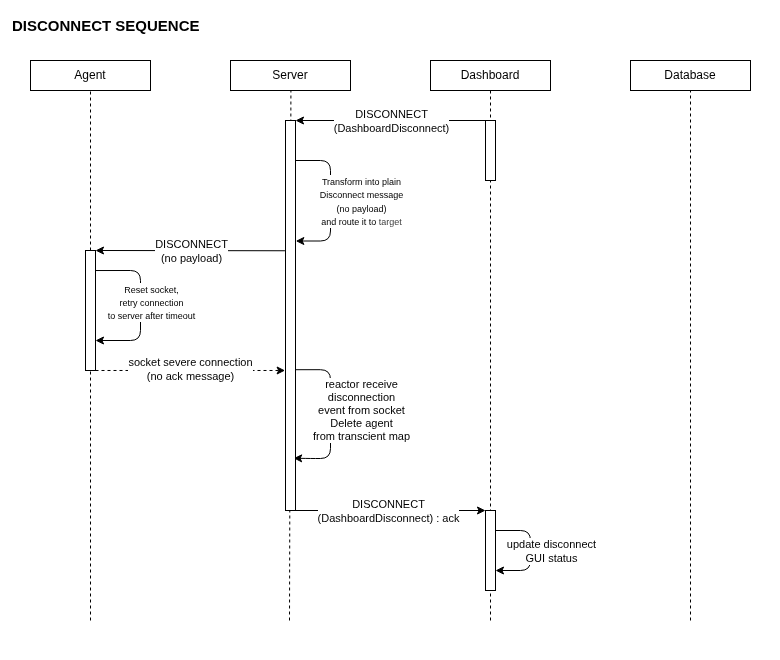
The draw.io diagram _docs/protocol/disconnect_sequence.png in thibault-caron/inferno, before a commit. Source tidied: cells renumbered, new cells last; positions are measured from the earlier drawing's top-left corner, leaving out a move shared by most shapes.
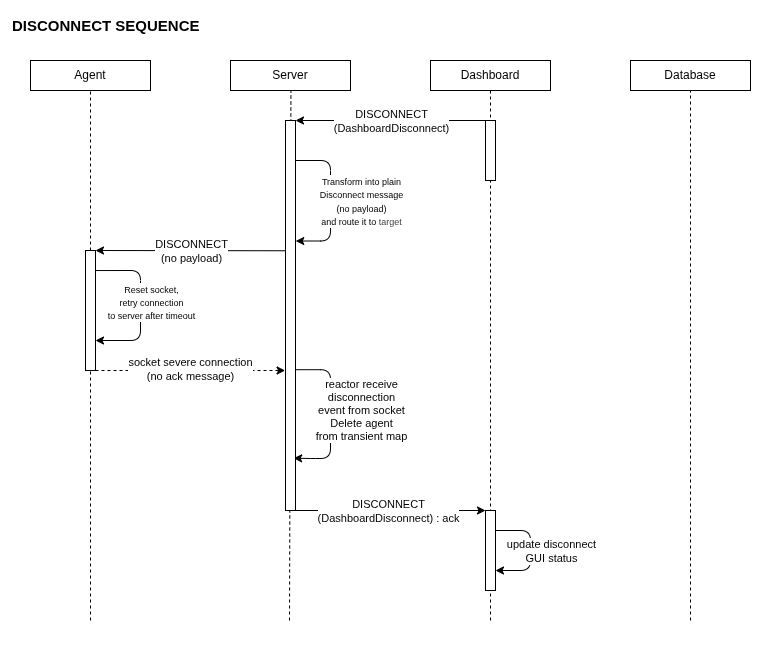
The same file after the commit.

Commit message:
doc: fix spelling in  sequence diagrams

The edit, as a diff of the source:
```diff
@@ -70,7 +70,7 @@
         </Array>
       </mxGeometry>
     </mxCell>
-    <mxCell id="17" value="reactor receive&lt;div&gt;disconnection&lt;/div&gt;&lt;div&gt;event from socket&lt;/div&gt;&lt;div&gt;Delete agent&lt;/div&gt;&lt;div&gt;from transcient map&lt;/div&gt;" style="edgeLabel;html=1;align=center;verticalAlign=middle;" parent="16" vertex="1">
+    <mxCell id="17" value="reactor receive&lt;div&gt;disconnection&lt;/div&gt;&lt;div&gt;event from socket&lt;/div&gt;&lt;div&gt;Delete agent&lt;/div&gt;&lt;div&gt;from transient map&lt;/div&gt;" style="edgeLabel;html=1;align=center;verticalAlign=middle;" parent="16" vertex="1">
       <mxGeometry x="-0.03" y="3" relative="1" as="geometry">
         <mxPoint x="27" y="-2" as="offset" />
       </mxGeometry>
```
